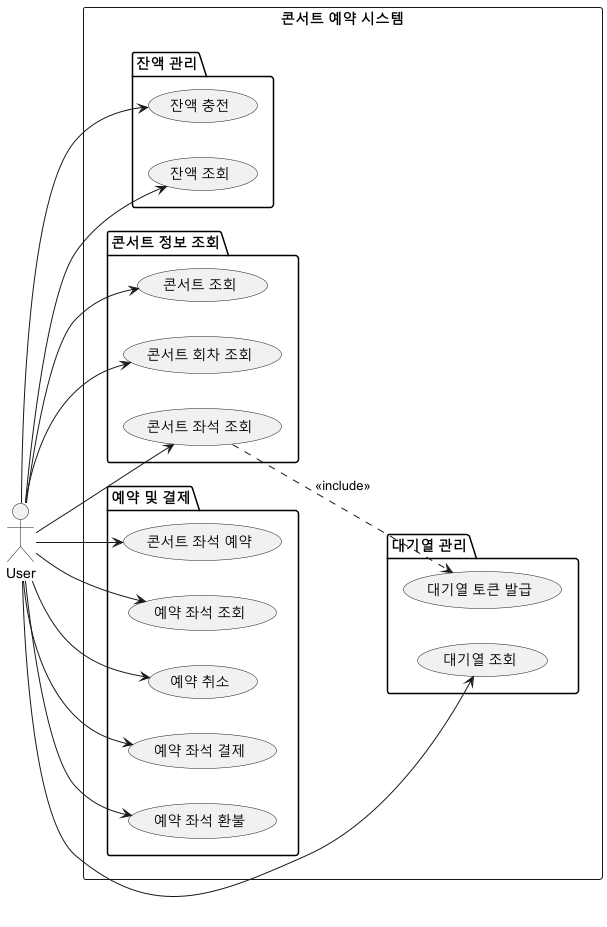
Above: docs/usecase/usecase.png in LeeDongWoo99/hhplus-concert (PlantUML), before the change.
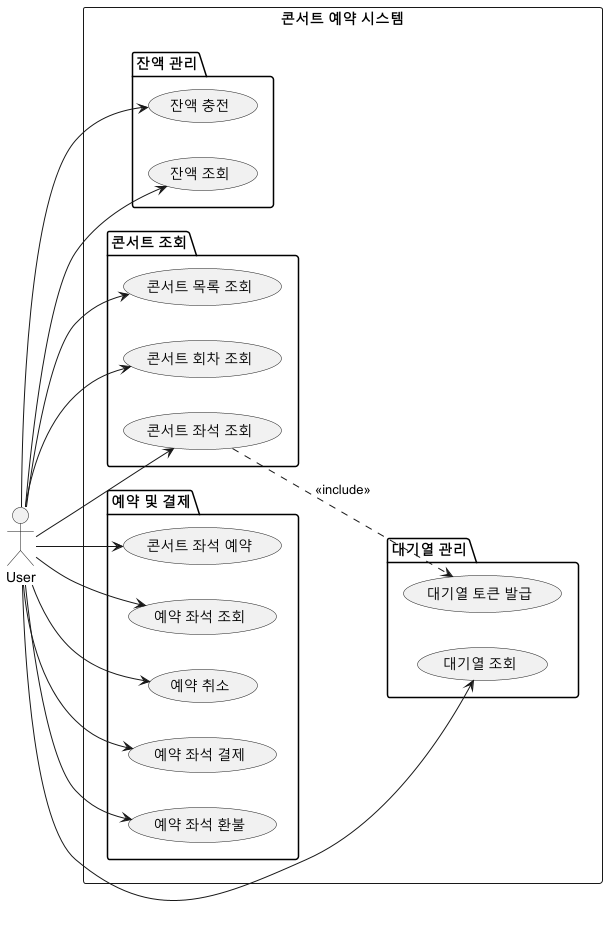
After the change.

Commit message:
docs: usecase 사진 ëë수정

Change to the diagram source:
```diff
@@ -10,8 +10,8 @@
         User --> (잔액 조회)
     }
 
-    package "콘서트 정보 조회" {
-        User --> (콘서트 조회)
+    package "콘서트 조회" {
+        User --> (콘서트 목록 조회)
         User --> (콘서트 회차 조회)
         User --> (콘서트 좌석 조회)
     }
```
